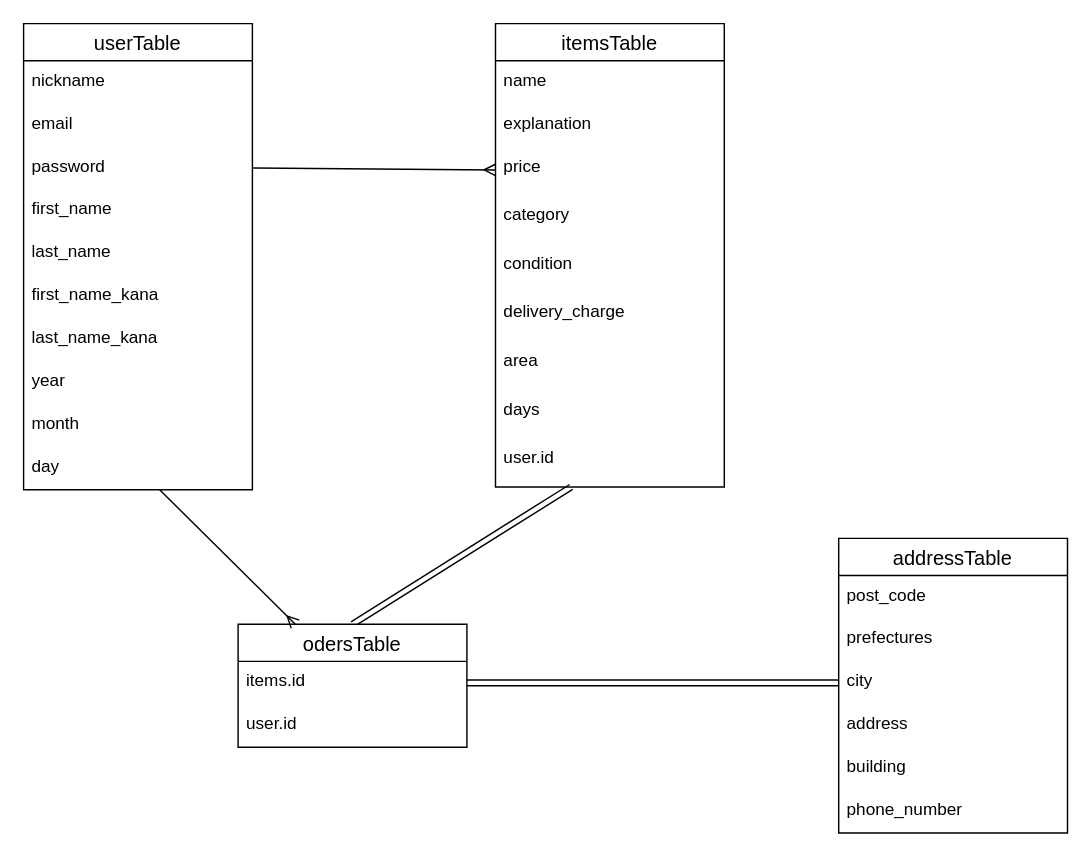
The draw.io diagram furima.dio in masa0501/furima-38438, before the edit. Source tidied: cells renumbered, new cells numbered last; positions are measured from the earlier drawing's top-left corner, leaving out a move shared by most shapes. Both pictures are drawn from the tidied source at 143%, with x=0, y=0 at pixel (23, 23).
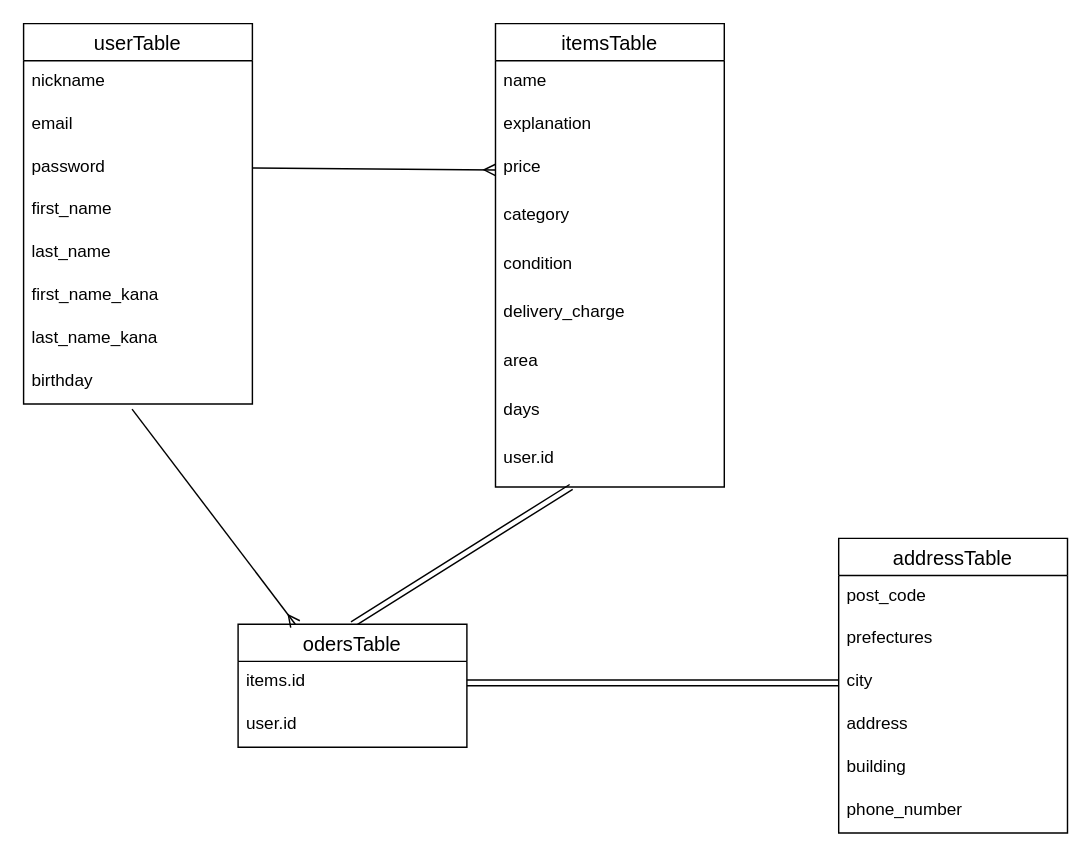
The same diagram, later.

Unchanged cells that the change refers to:
```xml
<mxCell id="25" value="odersTable" style="swimlane;fontStyle=0;horizontal=1;startSize=26;align=center;fontSize=14;" parent="1" vertex="1">
  <mxGeometry x="150" y="420" width="160" height="86" as="geometry" />
</mxCell>
```

Change to the diagram source:
```diff
@@
     <mxCell id="2" value="userTable" style="swimlane;fontStyle=0;horizontal=1;startSize=26;align=center;fontSize=14;" parent="1" vertex="1">
-      <mxGeometry width="160" height="326" as="geometry" />
+      <mxGeometry width="160" height="266" as="geometry" />
     </mxCell>
@@
-    <mxCell id="10" value="year" style="text;strokeColor=none;fillColor=none;spacingLeft=4;spacingRight=4;overflow=hidden;points=[[0,0.5],[1,0.5]];portConstraint=eastwest;fontSize=12;" parent="2" vertex="1">
+    <mxCell id="10" value="birthday" style="text;strokeColor=none;fillColor=none;spacingLeft=4;spacingRight=4;overflow=hidden;points=[[0,0.5],[1,0.5]];portConstraint=eastwest;fontSize=12;" parent="2" vertex="1">
       <mxGeometry y="236" width="160" height="30" as="geometry" />
     </mxCell>
-    <mxCell id="11" value="month" style="text;strokeColor=none;fillColor=none;spacingLeft=4;spacingRight=4;overflow=hidden;fontSize=12;" parent="2" vertex="1">
-      <mxGeometry y="266" width="160" height="30" as="geometry" />
-    </mxCell>
-    <mxCell id="12" value="day" style="text;strokeColor=none;fillColor=none;spacingLeft=4;spacingRight=4;overflow=hidden;points=[[0,0.5],[1,0.5]];portConstraint=eastwest;fontSize=12;" parent="2" vertex="1">
-      <mxGeometry y="296" width="160" height="30" as="geometry" />
-    </mxCell>
@@
-    <mxCell id="36" style="edgeStyle=none;html=1;entryX=0.25;entryY=0;entryDx=0;entryDy=0;endArrow=ERmany;endFill=0;" parent="1" edge="1" source="12" target="25">
+    <mxCell id="36" style="edgeStyle=none;html=1;entryX=0.25;entryY=0;entryDx=0;entryDy=0;endArrow=ERmany;endFill=0;exitX=0.474;exitY=1.12;exitDx=0;exitDy=0;exitPerimeter=0;" parent="1" edge="1" source="10" target="25">
       <mxGeometry relative="1" as="geometry" />
     </mxCell>
```
